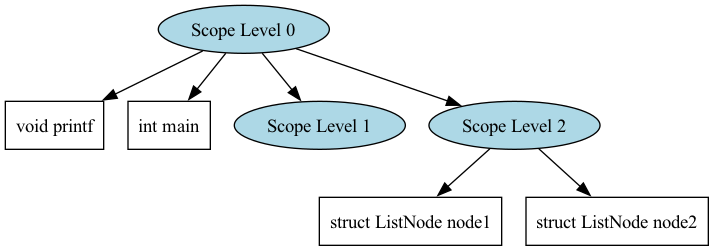
Above: output/in_SymbTable.dot.png in ArneDePeuter/UA-2024-Compiler (Graphviz), before the change. Its source is kept beside it as output/in_SymbTable.dot.
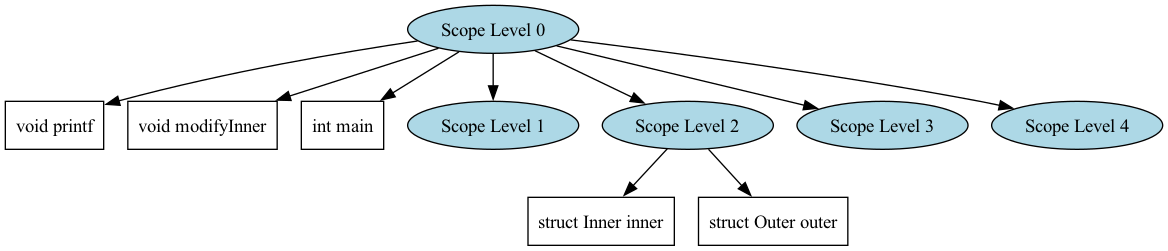
The same file after the commit.

What changed in the source:
```diff
@@ -2,14 +2,20 @@
   node1 [label="Scope Level 0", style=filled, fillcolor=lightblue];
   node1 -> node1_printf [color=black];
   node1_printf [label="void printf", shape=box, style=filled, fillcolor=white];
+  node1 -> node1_modifyInner [color=black];
+  node1_modifyInner [label="void modifyInner", shape=box, style=filled, fillcolor=white];
   node1 -> node1_main [color=black];
   node1_main [label="int main", shape=box, style=filled, fillcolor=white];
   node2 [label="Scope Level 1", style=filled, fillcolor=lightblue];
   node1 -> node2;
   node3 [label="Scope Level 2", style=filled, fillcolor=lightblue];
   node1 -> node3;
-  node3 -> node3_node1 [color=black];
-  node3_node1 [label="struct ListNode node1", shape=box, style=filled, fillcolor=white];
-  node3 -> node3_node2 [color=black];
-  node3_node2 [label="struct ListNode node2", shape=box, style=filled, fillcolor=white];
+  node3 -> node3_inner [color=black];
+  node3_inner [label="struct Inner inner", shape=box, style=filled, fillcolor=white];
+  node3 -> node3_outer [color=black];
+  node3_outer [label="struct Outer outer", shape=box, style=filled, fillcolor=white];
+  node4 [label="Scope Level 3", style=filled, fillcolor=lightblue];
+  node1 -> node4;
+  node5 [label="Scope Level 4", style=filled, fillcolor=lightblue];
+  node1 -> node5;
 }
```
